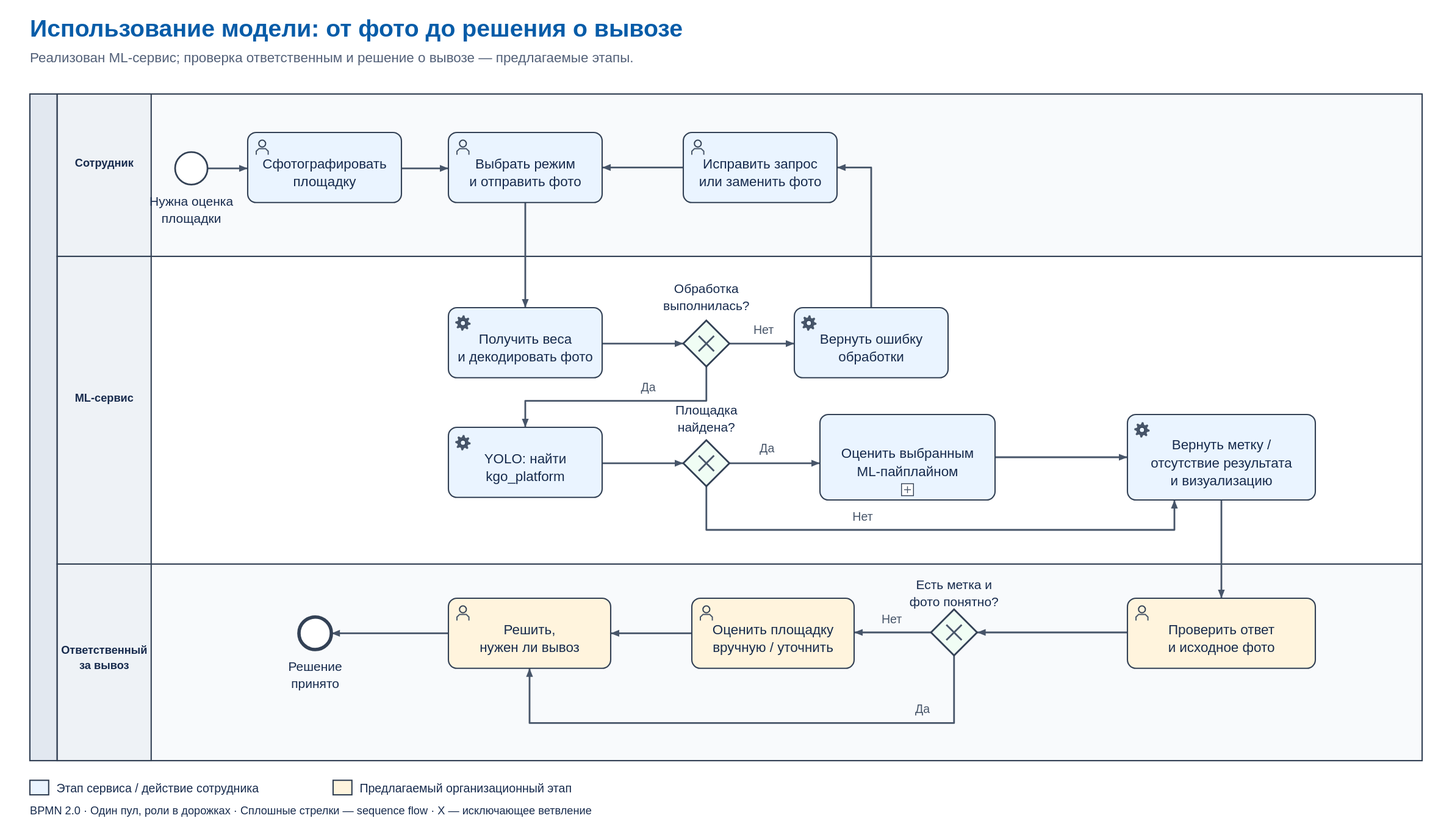
Before: docs/diagrams/model-use.svg, a diagram exported from BPMN (ITmonah/Project_Urfu_2026). Its source is kept beside it as docs/diagrams/model-use.bpmn. Ids are renumbered.
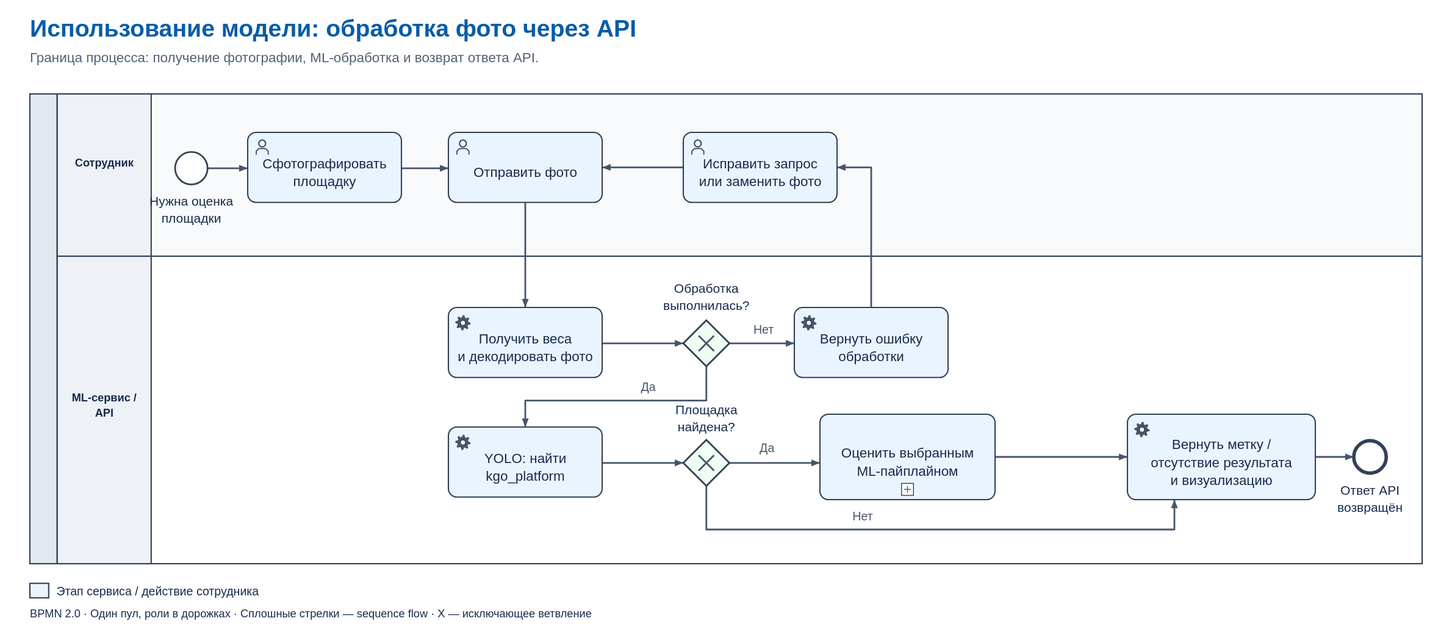
The same diagram one commit later.

Diff of the diagram source:
```diff
@@ -1,6 +1,6 @@
 <bpmn:definitions xmlns:bpmn="http://www.omg.org/spec/BPMN/20100524/MODEL" xmlns:bpmndi="http://www.omg.org/spec/BPMN/20100524/DI" xmlns:dc="http://www.omg.org/spec/DD/20100524/DC" xmlns:di="http://www.omg.org/spec/DD/20100524/DI" id="Definitions_model_use" targetNamespace="https://example.org/kgo/documentation" exporter="KGO documentation">
-  <bpmn:process id="Process_KGO" name="Использование модели: от фото до решения о вывозе" isExecutable="false">
-    <bpmn:documentation>Реализован ML-сервис; проверка ответственным и решение о вывозе — предлагаемые этапы.</bpmn:documentation>
+  <bpmn:process id="Process_KGO" name="Использование модели: обработка фото через API" isExecutable="false">
+    <bpmn:documentation>Граница процесса: получение фотографии, ML-обработка и возврат ответа API.</bpmn:documentation>
     <bpmn:laneSet id="LaneSet_KGO">
       <bpmn:lane id="Lane_0" name="Сотрудник">
         <bpmn:flowNodeRef>Start</bpmn:flowNodeRef>
@@ -8,7 +8,7 @@
         <bpmn:flowNodeRef>Upload</bpmn:flowNodeRef>
         <bpmn:flowNodeRef>Correct</bpmn:flowNodeRef>
       </bpmn:lane>
-      <bpmn:lane id="Lane_1" name="ML-сервис">
+      <bpmn:lane id="Lane_1" name="ML-сервис / API">
         <bpmn:flowNodeRef>Input</bpmn:flowNodeRef>
         <bpmn:flowNodeRef>ErrorGate</bpmn:flowNodeRef>
         <bpmn:flowNodeRef>Error</bpmn:flowNodeRef>
@@ -16,12 +16,6 @@
         <bpmn:flowNodeRef>Zone</bpmn:flowNodeRef>
         <bpmn:flowNodeRef>Score</bpmn:flowNodeRef>
         <bpmn:flowNodeRef>Reply</bpmn:flowNodeRef>
-      </bpmn:lane>
-      <bpmn:lane id="Lane_2" name="Ответственный за вывоз">
-        <bpmn:flowNodeRef>Review</bpmn:flowNodeRef>
-        <bpmn:flowNodeRef>Clear</bpmn:flowNodeRef>
-        <bpmn:flowNodeRef>Manual</bpmn:flowNodeRef>
-        <bpmn:flowNodeRef>Decision</bpmn:flowNodeRef>
         <bpmn:flowNodeRef>End</bpmn:flowNodeRef>
       </bpmn:lane>
     </bpmn:laneSet>
@@ -32,7 +26,7 @@
       <bpmn:incoming>Flow_0</bpmn:incoming>
       <bpmn:outgoing>Flow_1</bpmn:outgoing>
     </bpmn:userTask>
-    <bpmn:userTask id="Upload" name="Выбрать режим и отправить фото">
+    <bpmn:userTask id="Upload" name="Отправить фото">
       <bpmn:incoming>Flow_1</bpmn:incoming>
       <bpmn:outgoing>Flow_2</bpmn:outgoing>
       <bpmn:incoming>Flow_6</bpmn:incoming>
@@ -72,31 +66,8 @@
       <bpmn:incoming>Flow_11</bpmn:incoming>
       <bpmn:outgoing>Flow_12</bpmn:outgoing>
     </bpmn:serviceTask>
-    <bpmn:userTask id="Review" name="Проверить ответ и исходное фото">
-      <bpmn:documentation>Предлагаемый этап; автоматизация в репозитории не реализована.</bpmn:documentation>
+    <bpmn:endEvent id="End" name="Ответ API возвращён">
       <bpmn:incoming>Flow_12</bpmn:incoming>
-      <bpmn:outgoing>Flow_13</bpmn:outgoing>
-    </bpmn:userTask>
-    <bpmn:exclusiveGateway id="Clear" name="Есть метка и фото понятно?">
-      <bpmn:documentation>Предлагаемый этап; автоматизация в репозитории не реализована.</bpmn:documentation>
-      <bpmn:incoming>Flow_13</bpmn:incoming>
-      <bpmn:outgoing>Flow_14</bpmn:outgoing>
-      <bpmn:outgoing>Flow_15</bpmn:outgoing>
-    </bpmn:exclusiveGateway>
-    <bpmn:userTask id="Manual" name="Оценить площадку вручную / уточнить">
-      <bpmn:documentation>Предлагаемый этап; автоматизация в репозитории не реализована.</bpmn:documentation>
-      <bpmn:incoming>Flow_14</bpmn:incoming>
-      <bpmn:outgoing>Flow_16</bpmn:outgoing>
-    </bpmn:userTask>
-    <bpmn:userTask id="Decision" name="Решить, нужен ли вывоз">
-      <bpmn:documentation>Предлагаемый этап; автоматизация в репозитории не реализована.</bpmn:documentation>
-      <bpmn:incoming>Flow_15</bpmn:incoming>
-      <bpmn:incoming>Flow_16</bpmn:incoming>
-      <bpmn:outgoing>Flow_17</bpmn:outgoing>
-    </bpmn:userTask>
-    <bpmn:endEvent id="End" name="Решение принято">
-      <bpmn:documentation>Предлагаемый этап; автоматизация в репозитории не реализована.</bpmn:documentation>
-      <bpmn:incoming>Flow_17</bpmn:incoming>
     </bpmn:endEvent>
     <bpmn:sequenceFlow id="Flow_0" sourceRef="Start" targetRef="Photo" name="" />
     <bpmn:sequenceFlow id="Flow_1" sourceRef="Photo" targetRef="Upload" name="" />
@@ -118,16 +89,7 @@
       <bpmn:conditionExpression>площадка не найдена</bpmn:conditionExpression>
     </bpmn:sequenceFlow>
     <bpmn:sequenceFlow id="Flow_11" sourceRef="Score" targetRef="Reply" name="" />
-    <bpmn:sequenceFlow id="Flow_12" sourceRef="Reply" targetRef="Review" name="" />
-    <bpmn:sequenceFlow id="Flow_13" sourceRef="Review" targetRef="Clear" name="" />
-    <bpmn:sequenceFlow id="Flow_14" sourceRef="Clear" targetRef="Manual" name="Нет">
-      <bpmn:conditionExpression>нет метки или фото неоднозначно</bpmn:conditionExpression>
-    </bpmn:sequenceFlow>
-    <bpmn:sequenceFlow id="Flow_15" sourceRef="Clear" targetRef="Decision" name="Да">
-      <bpmn:conditionExpression>есть метка и фото понятно</bpmn:conditionExpression>
-    </bpmn:sequenceFlow>
-    <bpmn:sequenceFlow id="Flow_16" sourceRef="Manual" targetRef="Decision" name="" />
-    <bpmn:sequenceFlow id="Flow_17" sourceRef="Decision" targetRef="End" name="" />
+    <bpmn:sequenceFlow id="Flow_12" sourceRef="Reply" targetRef="End" name="" />
   </bpmn:process>
   <bpmn:collaboration id="Collaboration_KGO">
     <bpmn:participant id="Participant_KGO" name="Процесс КГО" processRef="Process_KGO" />
@@ -135,16 +97,13 @@
   <bpmndi:BPMNDiagram id="Diagram_KGO">
     <bpmndi:BPMNPlane id="Plane_KGO" bpmnElement="Collaboration_KGO">
       <bpmndi:BPMNShape id="Shape_Participant_KGO" bpmnElement="Participant_KGO" isHorizontal="true">
-        <dc:Bounds x="35" y="110" width="1630" height="780" />
+        <dc:Bounds x="35" y="110" width="1630" height="550" />
       </bpmndi:BPMNShape>
       <bpmndi:BPMNShape id="Shape_Lane_0" bpmnElement="Lane_0" isHorizontal="true">
         <dc:Bounds x="67" y="110" width="1598" height="190" />
       </bpmndi:BPMNShape>
       <bpmndi:BPMNShape id="Shape_Lane_1" bpmnElement="Lane_1" isHorizontal="true">
         <dc:Bounds x="67" y="300" width="1598" height="360" />
-      </bpmndi:BPMNShape>
-      <bpmndi:BPMNShape id="Shape_Lane_2" bpmnElement="Lane_2" isHorizontal="true">
-        <dc:Bounds x="67" y="660" width="1598" height="230" />
       </bpmndi:BPMNShape>
       <bpmndi:BPMNShape id="Shape_Start" bpmnElement="Start">
         <dc:Bounds x="205" y="178" width="38" height="38" />
@@ -188,25 +147,10 @@
       <bpmndi:BPMNShape id="Shape_Reply" bpmnElement="Reply">
         <dc:Bounds x="1320" y="485" width="220" height="100" />
       </bpmndi:BPMNShape>
-      <bpmndi:BPMNShape id="Shape_Review" bpmnElement="Review">
-        <dc:Bounds x="1320" y="700" width="220" height="82" />
-      </bpmndi:BPMNShape>
-      <bpmndi:BPMNShape id="Shape_Clear" bpmnElement="Clear">
-        <dc:Bounds x="1090" y="713" width="54" height="54" />
+      <bpmndi:BPMNShape id="Shape_End" bpmnElement="End">
+        <dc:Bounds x="1585" y="516" width="38" height="38" />
         <bpmndi:BPMNLabel>
-          <dc:Bounds x="1032" y="674" width="170" height="42" />
-        </bpmndi:BPMNLabel>
-      </bpmndi:BPMNShape>
-      <bpmndi:BPMNShape id="Shape_Manual" bpmnElement="Manual">
-        <dc:Bounds x="810" y="700" width="190" height="82" />
-      </bpmndi:BPMNShape>
-      <bpmndi:BPMNShape id="Shape_Decision" bpmnElement="Decision">
-        <dc:Bounds x="525" y="700" width="190" height="82" />
-      </bpmndi:BPMNShape>
-      <bpmndi:BPMNShape id="Shape_End" bpmnElement="End">
-        <dc:Bounds x="350" y="722" width="38" height="38" />
-        <bpmndi:BPMNLabel>
-          <dc:Bounds x="284.0" y="770" width="170" height="42" />
+          <dc:Bounds x="1519.0" y="564" width="170" height="42" />
         </bpmndi:BPMNLabel>
       </bpmndi:BPMNShape>
       <bpmndi:BPMNEdge id="Edge_Flow_0" bpmnElement="Flow_0">
@@ -275,36 +219,8 @@
         <di:waypoint x="1320" y="535" />
       </bpmndi:BPMNEdge>
       <bpmndi:BPMNEdge id="Edge_Flow_12" bpmnElement="Flow_12">
-        <di:waypoint x="1430" y="585" />
-        <di:waypoint x="1430" y="700" />
-      </bpmndi:BPMNEdge>
-      <bpmndi:BPMNEdge id="Edge_Flow_13" bpmnElement="Flow_13">
-        <di:waypoint x="1320" y="740" />
-        <di:waypoint x="1144" y="740" />
-      </bpmndi:BPMNEdge>
-      <bpmndi:BPMNEdge id="Edge_Flow_14" bpmnElement="Flow_14">
-        <di:waypoint x="1090" y="740" />
-        <di:waypoint x="1000" y="740" />
-        <bpmndi:BPMNLabel>
-          <dc:Bounds x="1004" y="714" width="80" height="24" />
-        </bpmndi:BPMNLabel>
-      </bpmndi:BPMNEdge>
-      <bpmndi:BPMNEdge id="Edge_Flow_15" bpmnElement="Flow_15">
-        <di:waypoint x="1117" y="767" />
-        <di:waypoint x="1117" y="846" />
-        <di:waypoint x="620" y="846" />
-        <di:waypoint x="620" y="782" />
-        <bpmndi:BPMNLabel>
-          <dc:Bounds x="1040" y="819" width="80" height="24" />
-        </bpmndi:BPMNLabel>
-      </bpmndi:BPMNEdge>
-      <bpmndi:BPMNEdge id="Edge_Flow_16" bpmnElement="Flow_16">
-        <di:waypoint x="810" y="741" />
-        <di:waypoint x="715" y="741" />
-      </bpmndi:BPMNEdge>
-      <bpmndi:BPMNEdge id="Edge_Flow_17" bpmnElement="Flow_17">
-        <di:waypoint x="525" y="741" />
-        <di:waypoint x="388" y="741" />
+        <di:waypoint x="1540" y="535" />
+        <di:waypoint x="1585" y="535" />
       </bpmndi:BPMNEdge>
     </bpmndi:BPMNPlane>
   </bpmndi:BPMNDiagram>
```
